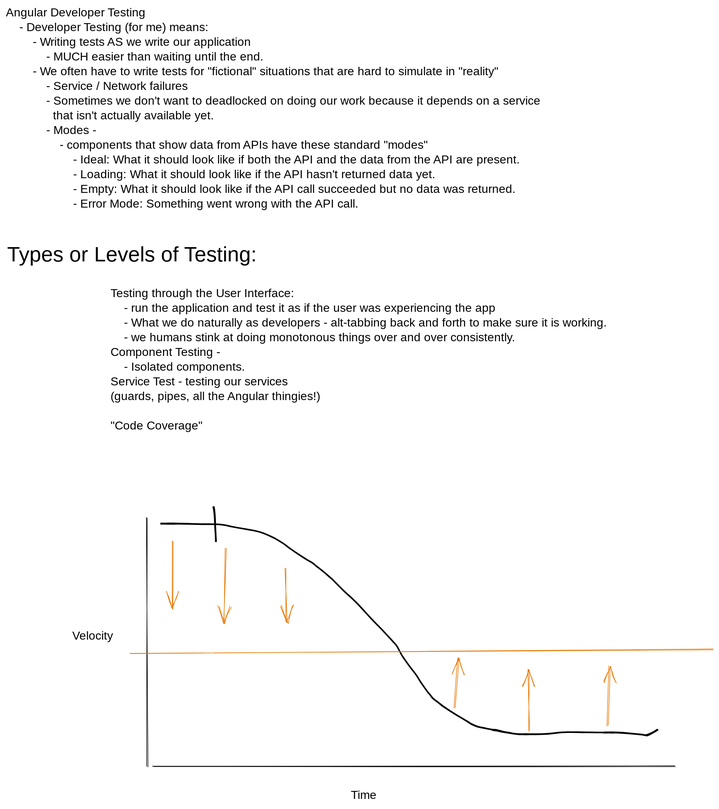
hypertheory-angular/angular-developer-testing-oct-nov-2022 keeps this Excalidraw diagram as class-notes/testing-story.excalidraw.svg. Above is the earlier version. Source tidied: one line per element, renumbered; positions are measured from the earlier drawing's top-left corner, leaving out a move shared by most shapes.
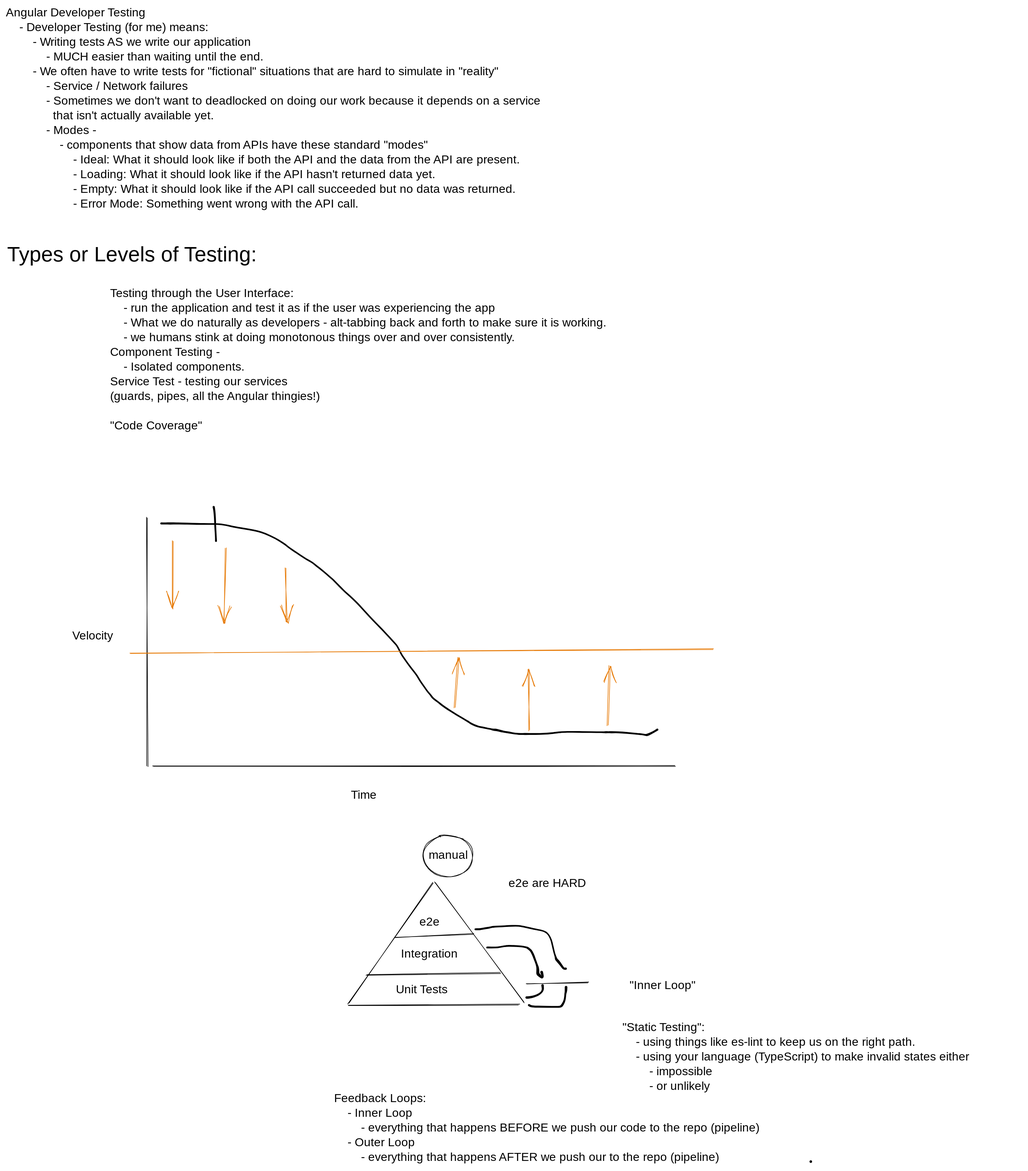
After the commit.

The edit, as a diff of the source:
```diff
@@ -1,6 +1,6 @@
 {"id": 0, "type": "text", "text": "Angular Developer Testing\n    - Developer Testing (for me) means:\n        - Writing tests AS we write our application\n            - MUCH easier than waiting until the end.\n        - We often have to write tests for \"fictional\" situations that are hard to simulate in \"reality\"\n            - Service / Network failures\n            - Sometimes we don't want to deadlocked on doing our work because it depends on a service\n              that isn't actually available yet.\n            - Modes -\n                - components that show data from APIs have these standard \"modes\"\n                    - Ideal: What it should look like if both the API and the data from the API are present.\n                    - Loading: What it should look like if the API hasn't returned data yet.\n                    - Empty: What it should look like if the API call succeeded but no data was returned.\n                    - Error Mode: Something went wrong with the API call.\n", "strokeColor": "#000000", "strokeWidth": 1, "roughness": 1, "fontSize": 20, "fontFamily": 1, "x": 0, "y": 0, "width": 1101, "height": 375}
 {"id": 1, "type": "text", "text": "Types or Levels of Testing:", "strokeColor": "#000000", "strokeWidth": 1, "roughness": 1, "fontSize": 36, "fontFamily": 1, "x": 2, "y": 402, "width": 498, "height": 45}
-{"id": 2, "type": "text", "text": "Testing through the User Interface:\n    - run the application and test it as if the user was experiencing the app\n    - What we do naturally as developers - alt-tabbing back and forth to make sure it is working.\n    - we humans stink at doing monotonous things over and over consistently.\nComponent Testing - \n    - Isolated components. \nService Test - testing our services\n(guards, pipes, all the Angular thingies!)\n\n\"Code Coverage\"   ", "strokeColor": "#000000", "strokeWidth": 1, "roughness": 1, "fontSize": 20, "fontFamily": 1, "x": 178, "y": 477, "width": 981, "height": 250}
+{"id": 2, "type": "text", "text": "Testing through the User Interface:\n    - run the application and test it as if the user was experiencing the app\n    - What we do naturally as developers - alt-tabbing back and forth to make sure it is working.\n    - we humans stink at doing monotonous things over and over consistently.\nComponent Testing - \n    - Isolated components. \nService Test - testing our services\n(guards, pipes, all the Angular thingies!)\n\n\"Code Coverage\"   ", "strokeColor": "#000000", "strokeWidth": 1, "roughness": 1, "fontSize": 20, "fontFamily": 1, "x": 177, "y": 477, "width": 981, "height": 250}
 {"id": 3, "type": "line", "strokeColor": "#000000", "strokeWidth": 1, "roughness": 1, "x": 240, "y": 871, "width": 0, "height": 422, "points": [[0, 0], [0, 422]]}
 {"id": 4, "type": "line", "strokeColor": "#000000", "strokeWidth": 1, "roughness": 1, "x": 251, "y": 1292, "width": 887, "height": 0, "points": [[0, 0], [887, 0]]}
 {"id": 5, "type": "text", "text": "Time", "strokeColor": "#000000", "strokeWidth": 1, "roughness": 1, "fontSize": 20, "fontFamily": 1, "x": 586, "y": 1330, "width": 46, "height": 25}
@@ -14,3 +14,23 @@
 {"id": 13, "type": "arrow", "strokeColor": "#e67700", "strokeWidth": 1, "roughness": 1, "endArrowhead": "arrow", "x": 762, "y": 1193, "width": 7, "height": 85, "points": [[0, 0], [7, -85]]}
 {"id": 14, "type": "arrow", "strokeColor": "#e67700", "strokeWidth": 1, "roughness": 1, "endArrowhead": "arrow", "x": 890, "y": 1232, "width": 2, "height": 104, "points": [[0, 0], [-2, -104]]}
 {"id": 15, "type": "arrow", "strokeColor": "#e67700", "strokeWidth": 1, "roughness": 1, "endArrowhead": "arrow", "x": 1022, "y": 1224, "width": 4, "height": 102, "points": [[0, 0], [4, -102]]}
+{"id": 16, "type": "line", "strokeColor": "#000000", "strokeWidth": 1, "roughness": 1, "x": 725, "y": 1492, "width": 143, "height": 204, "points": [[0, 0], [-143, 204]]}
+{"id": 17, "type": "line", "strokeColor": "#000000", "strokeWidth": 1, "roughness": 1, "x": 730, "y": 1491, "width": 150, "height": 203, "points": [[0, 0], [150, 203]]}
+{"id": 18, "type": "line", "strokeColor": "#000000", "strokeWidth": 1, "roughness": 1, "x": 582, "y": 1699, "width": 290, "height": 1, "points": [[0, 0], [290, -1]]}
+{"id": 19, "type": "text", "text": "Unit Tests\n", "strokeColor": "#000000", "strokeWidth": 1, "roughness": 1, "fontSize": 20, "fontFamily": 1, "x": 663, "y": 1661, "width": 110, "height": 50}
+{"id": 20, "type": "text", "text": "Integration", "strokeColor": "#000000", "strokeWidth": 1, "roughness": 1, "fontSize": 20, "fontFamily": 1, "x": 671, "y": 1600, "width": 113, "height": 25}
+{"id": 21, "type": "text", "text": "e2e", "strokeColor": "#000000", "strokeWidth": 1, "roughness": 1, "fontSize": 20, "fontFamily": 1, "x": 703, "y": 1546, "width": 38, "height": 25}
+{"id": 22, "type": "line", "strokeColor": "#000000", "strokeWidth": 1, "roughness": 1, "x": 613, "y": 1648, "width": 227, "height": 3, "points": [[0, 0], [227, -3]]}
+{"id": 23, "type": "line", "strokeColor": "#000000", "strokeWidth": 1, "roughness": 1, "x": 662, "y": 1583, "width": 133, "height": 6, "points": [[0, 0], [133, -6]]}
+{"id": 24, "type": "ellipse", "strokeColor": "#000000", "strokeWidth": 1, "roughness": 1, "x": 709, "y": 1410, "width": 85, "height": 70}
+{"id": 25, "type": "text", "text": "manual", "strokeColor": "#000000", "strokeWidth": 1, "roughness": 1, "fontSize": 20, "fontFamily": 1, "textAlign": "center", "verticalAlign": "middle", "inside": 24, "x": 718, "y": 1432, "width": 67, "height": 25}
+{"id": 26, "type": "text", "text": "e2e are HARD ", "strokeColor": "#000000", "strokeWidth": 1, "roughness": 1, "fontSize": 20, "fontFamily": 1, "x": 854, "y": 1480, "width": 154, "height": 25}
+{"id": 27, "type": "line", "strokeColor": "#000000", "strokeWidth": 1, "roughness": 1, "x": 885, "y": 1662, "width": 106, "height": 2, "points": [[0, 0], [106, -2]]}
+{"id": 28, "type": "text", "text": "\"Inner Loop\"", "strokeColor": "#000000", "strokeWidth": 1, "roughness": 1, "fontSize": 20, "fontFamily": 1, "x": 1060, "y": 1654, "width": 118, "height": 25}
+{"id": 29, "type": "text", "text": "Feedback Loops:\n    - Inner Loop\n        - everything that happens BEFORE we push our code to the repo (pipeline)\n    - Outer Loop\n        - everything that happens AFTER we push our to the repo (pipeline)", "strokeColor": "#000000", "strokeWidth": 1, "roughness": 1, "fontSize": 20, "fontFamily": 1, "x": 558, "y": 1846, "width": 820, "height": 125}
+{"id": 30, "type": "freedraw", "strokeColor": "#000000", "strokeWidth": 1, "roughness": 1, "x": 818, "y": 1601, "width": 96, "height": 57, "points": [[0, 0], [1, 0], [2, 0], [3, 0], [8, 0], [14, 0], [23, 0], [32, -3], [36, -3], [37, -3], [42, -3], [60, -2], [66, -1], [69, 0], [70, 1], [71, 2], [75, 6], [76, 7], [77, 8], [80, 17], [83, 26], [85, 31], [85, 32], [85, 33], [86, 34], [86, 37], [86, 38], [86, 39], [86, 43], [86, 44], [86, 45], [87, 47], [92, 50], [95, 54], [96, 50], [92, 40], [92, 40]]}
+{"id": 31, "type": "freedraw", "strokeColor": "#000000", "strokeWidth": 1, "roughness": 1, "x": 885, "y": 1686, "width": 28, "height": 21, "points": [[0, 0], [2, 0], [5, 0], [6, 0], [15, -2], [22, -5], [27, -9], [28, -12], [28, -14], [28, -17], [27, -19], [27, -20], [27, -21], [27, -21]]}
+{"id": 32, "type": "freedraw", "strokeColor": "#000000", "strokeWidth": 1, "roughness": 1, "x": 798, "y": 1570, "width": 154, "height": 75, "points": [[0, 0], [1, 0], [3, 0], [6, 0], [10, 0], [23, -3], [26, -3], [29, -4], [33, -5], [41, -5], [52, -5], [60, -6], [64, -6], [69, -6], [75, -6], [80, -5], [90, -3], [114, 3], [134, 6], [134, 24], [134, 40], [135, 45], [136, 47], [137, 49], [137, 50], [137, 52], [139, 53], [140, 54], [141, 55], [146, 61], [151, 69], [152, 69], [154, 67], [154, 67]]}
+{"id": 33, "type": "freedraw", "strokeColor": "#000000", "strokeWidth": 1, "roughness": 1, "x": 889, "y": 1699, "width": 63, "height": 34, "points": [[0, 0], [0, 1], [1, 2], [2, 2], [5, 3], [11, 3], [34, 3], [51, 3], [53, 3], [54, 3], [56, 2], [58, 0], [62, -10], [62, -15], [62, -20], [62, -22], [63, -24], [63, -26], [63, -28], [63, -30], [63, -31], [63, -31]]}
+{"id": 34, "type": "freedraw", "strokeColor": "#000000", "strokeWidth": 1, "roughness": 1, "x": 1368, "y": 1965, "width": 0, "height": 0, "points": [[0, 0], [0, 0]]}
+{"id": 35, "type": "text", "text": "\"Static Testing\":\n    - using things like es-lint to keep us on the right path.\n    - using your language (TypeScript) to make invalid states either\n        - impossible\n        - or unlikely", "strokeColor": "#000000", "strokeWidth": 1, "roughness": 1, "fontSize": 20, "fontFamily": 1, "x": 1048, "y": 1725, "width": 679, "height": 125}
```
